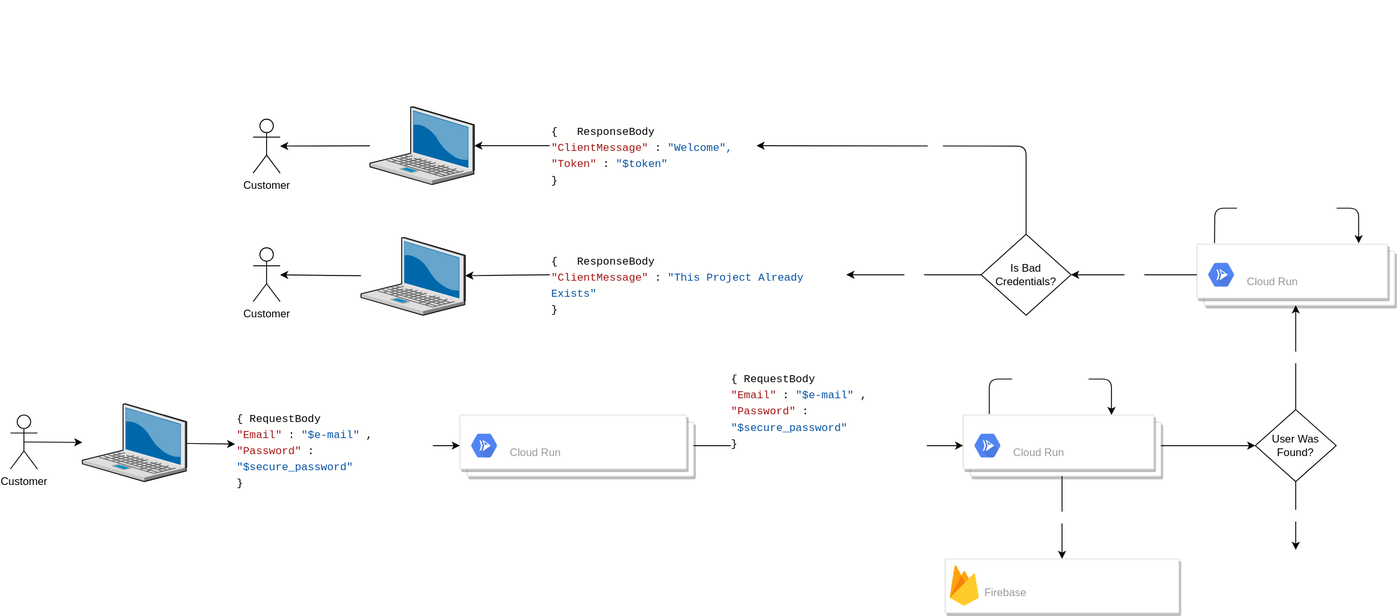
The draw.io diagram sketch/technical/getting_started.drawio.svg in contacto-ignaciojeria/project-access-control, before a commit. Source tidied: cells renumbered, new cells last; positions are measured from the earlier drawing's top-left corner, leaving out a move shared by most shapes.
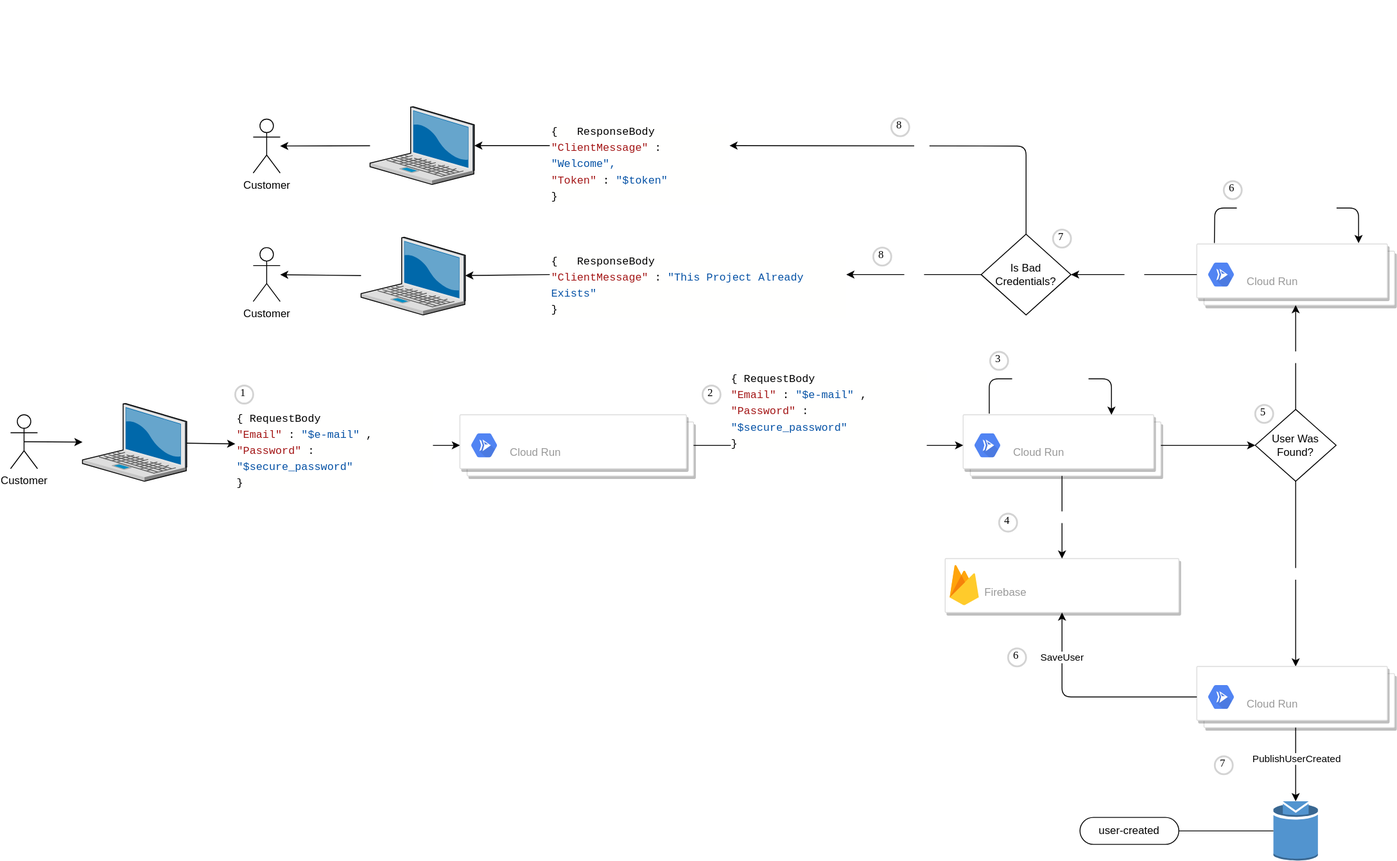
After the change.

Diff of the diagram source:
```diff
@@ -69,10 +69,8 @@
     <mxCell id="19" value="YES" style="endArrow=classic;html=1;fontColor=#FFFFFF;entryX=0.5;entryY=1;entryDx=0;entryDy=0;exitX=0.5;exitY=0;exitDx=0;exitDy=0;" parent="1" edge="1" source="15" target="17">
       <mxGeometry relative="1" as="geometry" />
     </mxCell>
-    <mxCell id="20" value="NO" style="endArrow=classic;html=1;fontColor=#FFFFFF;exitX=0.5;exitY=1;exitDx=0;exitDy=0;" parent="1" edge="1" source="15">
-      <mxGeometry relative="1" as="geometry">
-        <mxPoint x="1430" y="590" as="targetPoint" />
-      </mxGeometry>
+    <mxCell id="20" value="NO" style="endArrow=classic;html=1;fontColor=#FFFFFF;exitX=0.5;exitY=1;exitDx=0;exitDy=0;entryX=0.5;entryY=0;entryDx=0;entryDy=0;" parent="1" edge="1" source="15" target="40">
+      <mxGeometry relative="1" as="geometry" />
     </mxCell>
     <mxCell id="21" value="CheckUserCredentials" style="endArrow=classic;html=1;fontColor=#FFFFFF;exitX=0.089;exitY=-0.017;exitDx=0;exitDy=0;exitPerimeter=0;" parent="1" edge="1" source="17">
       <mxGeometry relative="1" as="geometry">
@@ -120,7 +118,7 @@
       <mxGeometry relative="1" as="geometry" />
     </mxCell>
     <mxCell id="34" value="&lt;div style=&quot;color: rgb(0 , 0 , 0) ; background-color: rgb(255 , 255 , 254) ; font-family: &amp;#34;consolas&amp;#34; , &amp;#34;courier new&amp;#34; , monospace ; font-weight: normal ; font-size: 12px ; line-height: 18px&quot;&gt;&lt;div&gt;&lt;span style=&quot;color: #000000&quot;&gt;{&amp;nbsp; &amp;nbsp;ResponseBody&lt;/span&gt;&lt;/div&gt;&lt;div&gt;&lt;span style=&quot;color: #000000&quot;&gt;&amp;nbsp;&amp;nbsp;&amp;nbsp;&amp;nbsp;&lt;/span&gt;&lt;span style=&quot;color: #a31515&quot;&gt;&quot;ClientMessage&quot;&lt;/span&gt;&lt;span style=&quot;color: #000000&quot;&gt;:&lt;/span&gt;&lt;span style=&quot;color: #0451a5&quot;&gt;&quot;Welcome&quot;,&lt;/span&gt;&lt;/div&gt;&lt;div&gt;&amp;nbsp; &amp;nbsp; &lt;span style=&quot;color: rgb(163 , 21 , 21)&quot;&gt;&quot;Token&quot;&lt;/span&gt;:&lt;span style=&quot;color: rgb(4 , 81 , 165)&quot;&gt;&quot;$token&quot;&lt;/span&gt;&lt;span style=&quot;color: #0451a5&quot;&gt;&lt;br&gt;&lt;/span&gt;&lt;/div&gt;&lt;div&gt;&lt;span style=&quot;color: #000000&quot;&gt;}&lt;/span&gt;&lt;/div&gt;&lt;/div&gt;" style="text;whiteSpace=wrap;html=1;fontSize=30;fontColor=#FFFFFF;" parent="1" vertex="1">
-      <mxGeometry x="600" y="110" width="230" height="61" as="geometry" />
+      <mxGeometry x="600" y="110" width="200" height="61" as="geometry" />
     </mxCell>
     <mxCell id="35" value="NO" style="endArrow=classic;html=1;fontColor=#FFFFFF;exitX=0.5;exitY=0;exitDx=0;exitDy=0;entryX=1;entryY=0.5;entryDx=0;entryDy=0;" parent="1" edge="1" source="22" target="34">
       <mxGeometry relative="1" as="geometry">
@@ -141,5 +139,70 @@
     <mxCell id="39" value="Customer" style="shape=umlActor;verticalLabelPosition=bottom;verticalAlign=top;html=1;outlineConnect=0;" parent="1" vertex="1">
       <mxGeometry x="270" y="111" width="30" height="60" as="geometry" />
     </mxCell>
+    <mxCell id="40" style="shape=mxgraph.gcp2.doubleRect;strokeColor=#dddddd;shadow=1;strokeWidth=1;" parent="1" vertex="1">
+      <mxGeometry x="1320" y="720" width="220" height="68" as="geometry" />
+    </mxCell>
+    <mxCell id="41" value="&lt;font color=&quot;#ffffff&quot;&gt;project-access-control-users&lt;br&gt;&lt;/font&gt;Cloud Run" style="sketch=0;dashed=0;html=1;fillColor=#5184F3;strokeColor=none;shape=mxgraph.gcp2.hexIcon;prIcon=cloud_run;labelPosition=right;verticalLabelPosition=middle;align=left;verticalAlign=middle;spacingLeft=5;fontColor=#999999;fontSize=12;" parent="40" vertex="1">
+      <mxGeometry y="0.5" width="44" height="39" relative="1" as="geometry">
+        <mxPoint x="5" y="-19.5" as="offset" />
+      </mxGeometry>
+    </mxCell>
+    <mxCell id="42" value="SaveUser" style="endArrow=classic;html=1;exitX=0;exitY=0.5;exitDx=0;exitDy=0;entryX=0.5;entryY=1;entryDx=0;entryDy=0;" parent="1" edge="1" source="40" target="5">
+      <mxGeometry x="0.59" relative="1" as="geometry">
+        <Array as="points">
+          <mxPoint x="1170" y="754" />
+        </Array>
+      </mxGeometry>
+    </mxCell>
+    <mxCell id="43" style="outlineConnect=0;dashed=0;verticalLabelPosition=bottom;verticalAlign=top;align=center;html=1;shape=mxgraph.aws3.topic;fillColor=#5294CF;gradientColor=none;" parent="1" vertex="1">
+      <mxGeometry x="1405.2" y="870" width="49.5" height="66" as="geometry" />
+    </mxCell>
+    <mxCell id="44" value="user-created" style="whiteSpace=wrap;html=1;rounded=1;arcSize=50;align=center;verticalAlign=middle;strokeWidth=1;spacing=4;newEdgeStyle={&quot;edgeStyle&quot;:&quot;entityRelationEdgeStyle&quot;,&quot;startArrow&quot;:&quot;none&quot;,&quot;endArrow&quot;:&quot;none&quot;,&quot;segment&quot;:10,&quot;curved&quot;:1};" parent="1" vertex="1">
+      <mxGeometry x="1190" y="888" width="110" height="30" as="geometry" />
+    </mxCell>
+    <mxCell id="45" style="edgeStyle=entityRelationEdgeStyle;startArrow=none;endArrow=none;segment=10;curved=1;" parent="1" edge="1" source="43" target="44">
+      <mxGeometry relative="1" as="geometry" />
+    </mxCell>
+    <mxCell id="46" style="endArrow=classic;html=1;exitX=0.5;exitY=1;exitDx=0;exitDy=0;entryX=0.5;entryY=0;entryDx=0;entryDy=0;entryPerimeter=0;" parent="1" edge="1" source="40" target="43">
+      <mxGeometry relative="1" as="geometry" />
+    </mxCell>
+    <mxCell id="47" value="PublishUserCreated" style="edgeLabel;html=1;align=center;verticalAlign=middle;" parent="46" vertex="1">
+      <mxGeometry x="-0.2" relative="1" as="geometry">
+        <mxPoint y="1" as="offset" />
+      </mxGeometry>
+    </mxCell>
+    <mxCell id="48" value="1" style="ellipse;whiteSpace=wrap;html=1;strokeWidth=2;fontFamily=Tahoma;spacingBottom=4;spacingRight=2;strokeColor=#d3d3d3;" parent="1" vertex="1">
+      <mxGeometry x="250" y="407.5" width="20" height="20" as="geometry" />
+    </mxCell>
+    <mxCell id="49" value="2" style="ellipse;whiteSpace=wrap;html=1;strokeWidth=2;fontFamily=Tahoma;spacingBottom=4;spacingRight=2;strokeColor=#d3d3d3;" parent="1" vertex="1">
+      <mxGeometry x="770" y="407.5" width="20" height="20" as="geometry" />
+    </mxCell>
+    <mxCell id="50" value="3" style="ellipse;whiteSpace=wrap;html=1;strokeWidth=2;fontFamily=Tahoma;spacingBottom=4;spacingRight=2;strokeColor=#d3d3d3;" parent="1" vertex="1">
+      <mxGeometry x="1090" y="370" width="20" height="20" as="geometry" />
+    </mxCell>
+    <mxCell id="51" value="4" style="ellipse;whiteSpace=wrap;html=1;strokeWidth=2;fontFamily=Tahoma;spacingBottom=4;spacingRight=2;strokeColor=#d3d3d3;" parent="1" vertex="1">
+      <mxGeometry x="1100" y="550" width="20" height="20" as="geometry" />
+    </mxCell>
+    <mxCell id="52" value="5" style="ellipse;whiteSpace=wrap;html=1;strokeWidth=2;fontFamily=Tahoma;spacingBottom=4;spacingRight=2;strokeColor=#d3d3d3;" parent="1" vertex="1">
+      <mxGeometry x="1385" y="429" width="20" height="20" as="geometry" />
+    </mxCell>
+    <mxCell id="53" value="6" style="ellipse;whiteSpace=wrap;html=1;strokeWidth=2;fontFamily=Tahoma;spacingBottom=4;spacingRight=2;strokeColor=#d3d3d3;" parent="1" vertex="1">
+      <mxGeometry x="1350" y="180" width="20" height="20" as="geometry" />
+    </mxCell>
+    <mxCell id="54" value="7" style="ellipse;whiteSpace=wrap;html=1;strokeWidth=2;fontFamily=Tahoma;spacingBottom=4;spacingRight=2;strokeColor=#d3d3d3;" parent="1" vertex="1">
+      <mxGeometry x="1160" y="234" width="20" height="20" as="geometry" />
+    </mxCell>
+    <mxCell id="55" value="8" style="ellipse;whiteSpace=wrap;html=1;strokeWidth=2;fontFamily=Tahoma;spacingBottom=4;spacingRight=2;strokeColor=#d3d3d3;" parent="1" vertex="1">
+      <mxGeometry x="980" y="110" width="20" height="20" as="geometry" />
+    </mxCell>
+    <mxCell id="56" value="8" style="ellipse;whiteSpace=wrap;html=1;strokeWidth=2;fontFamily=Tahoma;spacingBottom=4;spacingRight=2;strokeColor=#d3d3d3;" parent="1" vertex="1">
+      <mxGeometry x="960" y="254" width="20" height="20" as="geometry" />
+    </mxCell>
+    <mxCell id="57" value="6" style="ellipse;whiteSpace=wrap;html=1;strokeWidth=2;fontFamily=Tahoma;spacingBottom=4;spacingRight=2;strokeColor=#d3d3d3;" parent="1" vertex="1">
+      <mxGeometry x="1110" y="700" width="20" height="20" as="geometry" />
+    </mxCell>
+    <mxCell id="58" value="7" style="ellipse;whiteSpace=wrap;html=1;strokeWidth=2;fontFamily=Tahoma;spacingBottom=4;spacingRight=2;strokeColor=#d3d3d3;" parent="1" vertex="1">
+      <mxGeometry x="1340" y="820" width="20" height="20" as="geometry" />
+    </mxCell>
   </root>
 </mxGraphModel>
```
